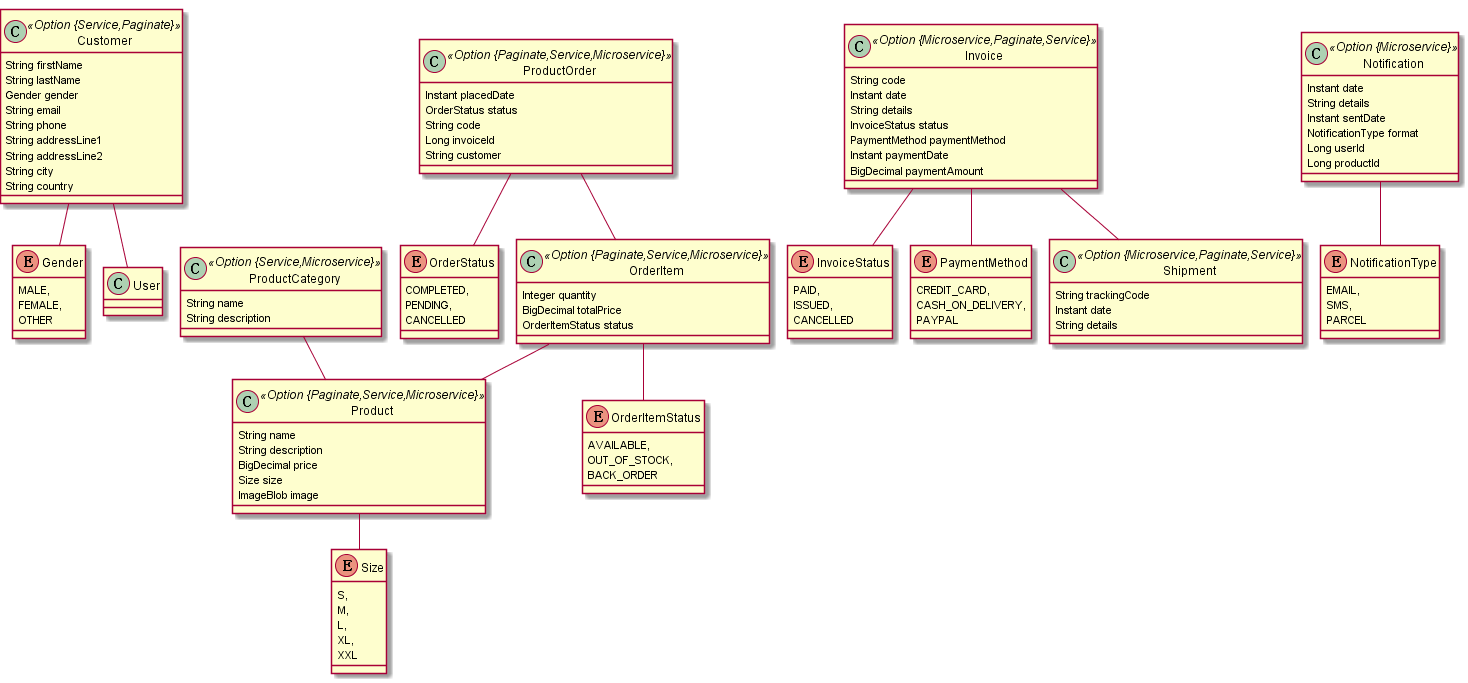
lsfoo/share-task keeps this PlantUML diagram as models/v6.png. Above is the earlier version.
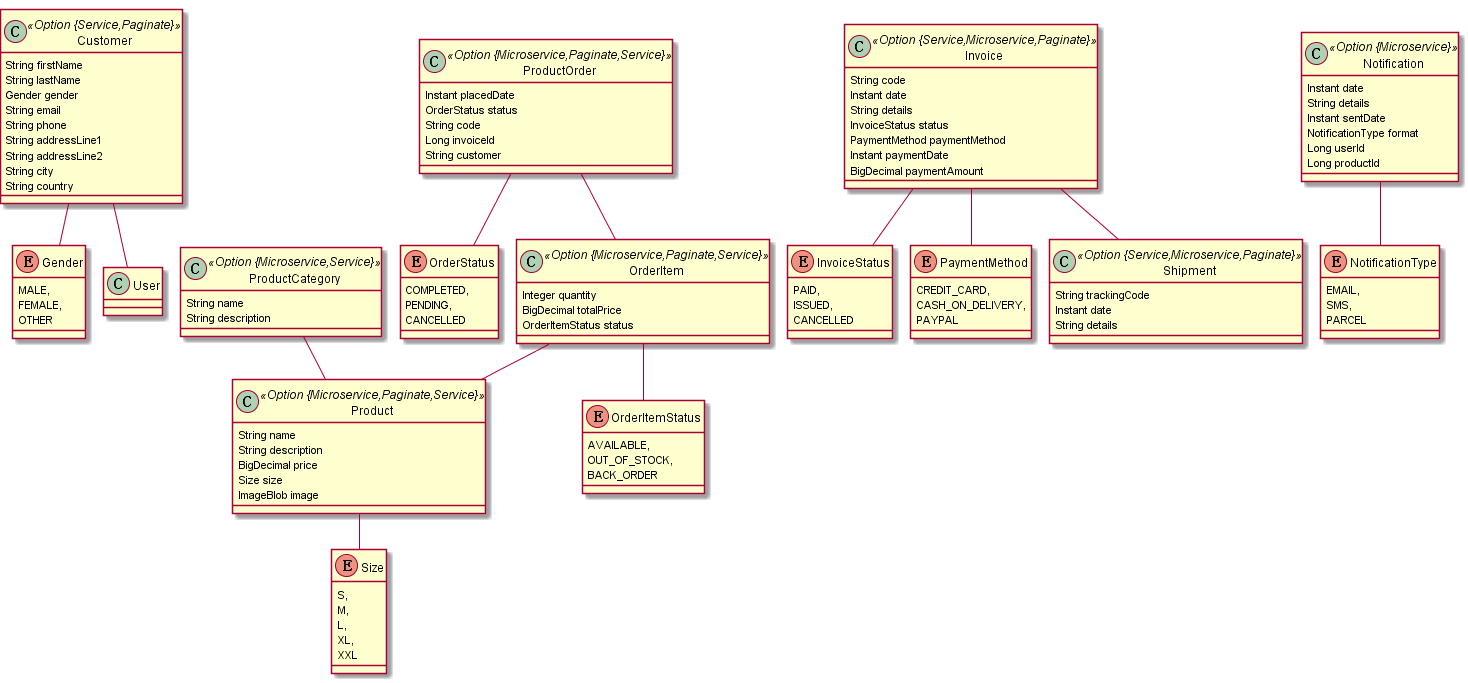
After the commit.

Diff of the diagram source:
```diff
@@ -19,7 +19,7 @@
 		OTHER
 	}
 	Customer  "user(login) 0..1 " -- "0..1 "  User
-	class Product <<Option {Paginate,Service,Microservice}>> {
+	class Product <<Option {Microservice,Paginate,Service}>> {
 		String name
 		String description
 		BigDecimal price
@@ -34,11 +34,11 @@
 		XL,
 		XXL
 	}
-	class ProductCategory <<Option {Service,Microservice}>> {
+	class ProductCategory <<Option {Microservice,Service}>> {
 		String name
 		String description
 	}
-	class ProductOrder <<Option {Paginate,Service,Microservice}>> {
+	class ProductOrder <<Option {Microservice,Paginate,Service}>> {
 		Instant placedDate
 		OrderStatus status
 		String code
@@ -51,7 +51,7 @@
 		PENDING,
 		CANCELLED
 	}
-	class OrderItem <<Option {Paginate,Service,Microservice}>> {
+	class OrderItem <<Option {Microservice,Paginate,Service}>> {
 		Integer quantity
 		BigDecimal totalPrice
 		OrderItemStatus status
@@ -65,7 +65,7 @@
 	OrderItem  "product(name)  1..* " o-- "0..1 "  Product
 	ProductOrder  "orderItem 0..1 " --o "order(code)  1..* "  OrderItem
 	ProductCategory  "product 0..1 " --o "productCategory(name) 0..* "  Product
-	class Invoice <<Option {Microservice,Paginate,Service}>> {
+	class Invoice <<Option {Service,Microservice,Paginate}>> {
 		String code
 		Instant date
 		String details
@@ -81,7 +81,7 @@
 		ISSUED,
 		CANCELLED
 	}
-	class Shipment <<Option {Microservice,Paginate,Service}>> {
+	class Shipment <<Option {Service,Microservice,Paginate}>> {
 		String trackingCode
 		Instant date
 		String details
```
